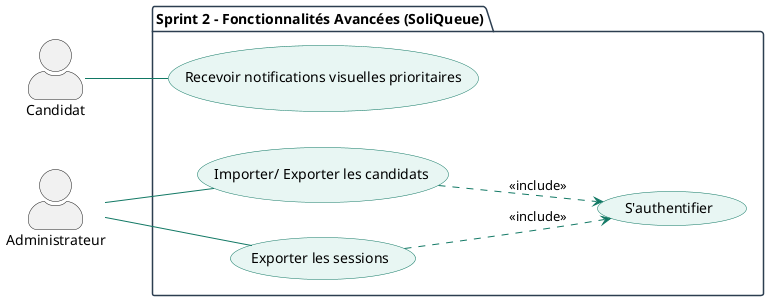
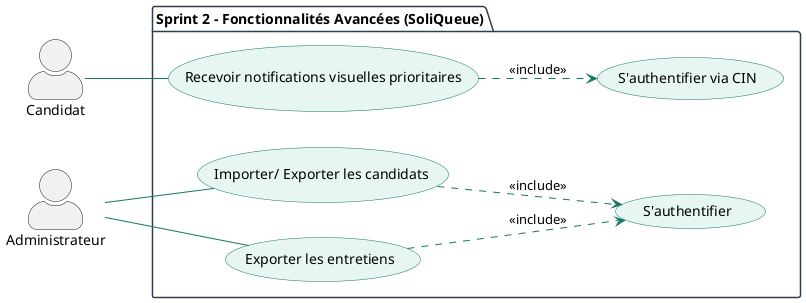
@startuml SoliQueue_Sprint2
left to right direction
skinparam actorStyle awesome

skinparam package {
    BackgroundColor White
    BorderColor #2C3E50
}

skinparam usecase {
    BackgroundColor #E8F6F3
    BorderColor #117864
    ArrowColor #117864
}

actor "Candidat" as C
actor "Administrateur" as Admin

package "Sprint 2 – Fonctionnalités Avancées (SoliQueue)" {

    ' ========================
    ' Améliorations Candidat
    ' ========================
    usecase "Recevoir notifications visuelles prioritaires" as UC1

    C -- UC1




    ' ========================
    ' Améliorations Administrateur
    ' ========================
    usecase "Importer/ Exporter les candidats" as UC5
-     usecase "Exporter les sessions" as UC6
+     usecase "Exporter les entretiens" as UC6

    Admin -- UC5
    Admin -- UC6

    usecase "S'authentifier" as Auth
+     usecase "S'authentifier via CIN" as Auth2

    UC5 ..> Auth : <<include>>
    UC6 ..> Auth : <<include>>
+     UC1 ..> Auth2 : <<include>>
}

@enduml
